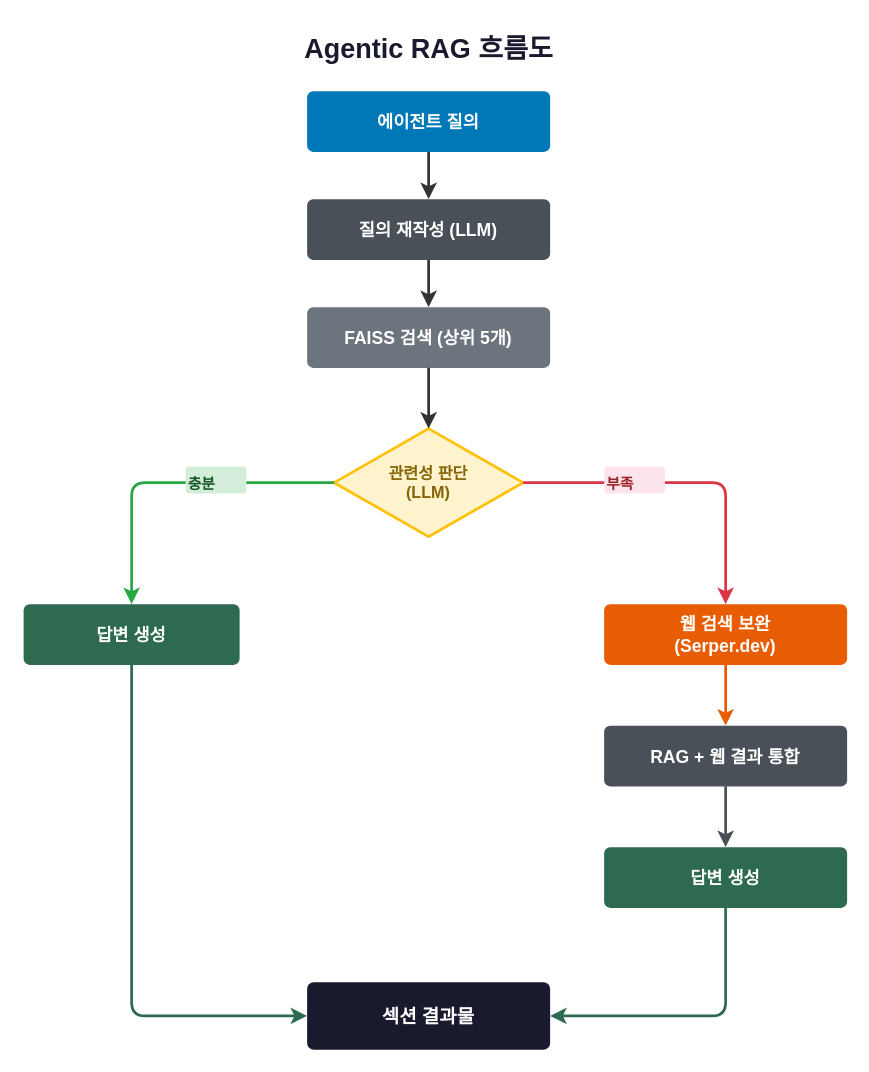
The draw.io diagram docs/04_rag_flowchart.drawio in Vsco-Lab/vsco-prototype-2, before the edit. Source tidied: cells renumbered, new cells numbered last; positions are measured from the earlier drawing's top-left corner, leaving out a move shared by most shapes. Both pictures are drawn from the tidied source at 135%, with x=0, y=0 at pixel (23, 23).
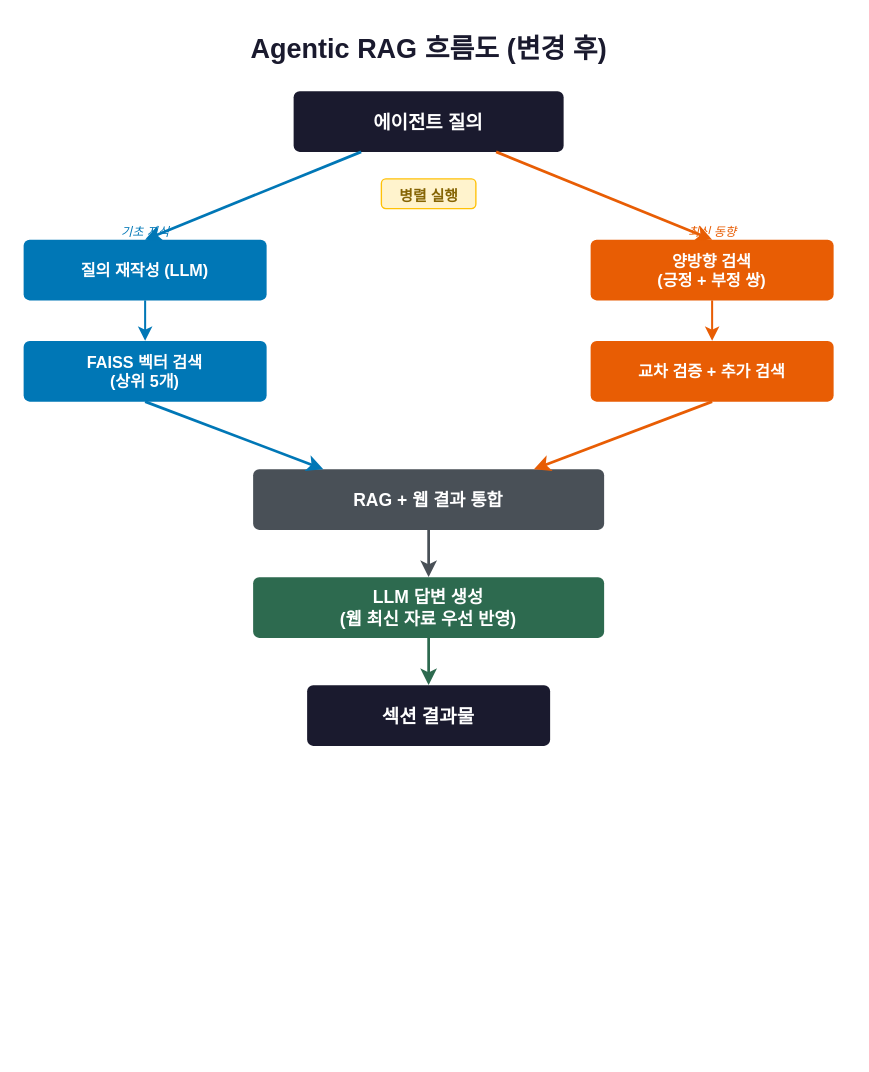
After the change.

Commit message (it also covers changes not shown here):
feat: 품질 평가 + 웹검색 비교 + RAG 파이프라인 다이어그램 업데이트

What changed in the source:
```diff
@@
-    <mxCell id="2" value="Agentic RAG 흐름도" style="text;html=1;fontSize=20;fontStyle=1;align=center;verticalAlign=middle;fillColor=none;strokeColor=none;fontColor=#1a1a2e;" parent="1" vertex="1">
-      <mxGeometry x="100" width="400" height="35" as="geometry" />
+    <mxCell id="2" value="Agentic RAG 흐름도 (변경 후)" style="text;html=1;fontSize=20;fontStyle=1;align=center;verticalAlign=middle;fillColor=none;strokeColor=none;fontColor=#1a1a2e;" parent="1" vertex="1">
+      <mxGeometry x="50" width="500" height="35" as="geometry" />
     </mxCell>
-    <mxCell id="3" value="에이전트 질의" style="rounded=1;fillColor=#0077b6;strokeColor=none;fontColor=#ffffff;fontSize=13;fontStyle=1;arcSize=10;" parent="1" vertex="1">
-      <mxGeometry x="210" y="50" width="180" height="45" as="geometry" />
+    <mxCell id="3" value="에이전트 질의" style="rounded=1;fillColor=#1a1a2e;strokeColor=none;fontColor=#ffffff;fontSize=14;fontStyle=1;arcSize=10;" parent="1" vertex="1">
+      <mxGeometry x="200" y="50" width="200" height="45" as="geometry" />
     </mxCell>
+    <mxCell id="23" value="병렬 실행" style="text;html=1;fontSize=11;fontStyle=1;align=center;fillColor=#fff3cd;strokeColor=#ffc107;rounded=1;fontColor=#856404;" parent="1" vertex="1">
+      <mxGeometry x="265" y="115" width="70" height="22" as="geometry" />
+    </mxCell>
-    <mxCell id="4" value="질의 재작성 (LLM)" style="rounded=1;fillColor=#495057;strokeColor=none;fontColor=#ffffff;fontSize=13;fontStyle=1;arcSize=10;" parent="1" vertex="1">
-      <mxGeometry x="210" y="130" width="180" height="45" as="geometry" />
+    <mxCell id="4" value="질의 재작성 (LLM)" style="rounded=1;fillColor=#0077b6;strokeColor=none;fontColor=#ffffff;fontSize=12;fontStyle=1;arcSize=10;" parent="1" vertex="1">
+      <mxGeometry y="160" width="180" height="45" as="geometry" />
     </mxCell>
-    <mxCell id="5" value="FAISS 검색 (상위 5개)" style="rounded=1;fillColor=#6c757d;strokeColor=none;fontColor=#ffffff;fontSize=13;fontStyle=1;arcSize=10;" parent="1" vertex="1">
-      <mxGeometry x="210" y="210" width="180" height="45" as="geometry" />
+    <mxCell id="5" value="FAISS 벡터 검색&#10;(상위 5개)" style="rounded=1;fillColor=#0077b6;strokeColor=none;fontColor=#ffffff;fontSize=12;fontStyle=1;arcSize=10;" parent="1" vertex="1">
+      <mxGeometry y="235" width="180" height="45" as="geometry" />
     </mxCell>
+    <mxCell id="24" value="기초 지식" style="text;html=1;fontSize=9;fontStyle=2;align=center;fillColor=none;strokeColor=none;fontColor=#0077b6;" parent="1" vertex="1">
+      <mxGeometry x="50" y="143" width="80" height="15" as="geometry" />
+    </mxCell>
-    <mxCell id="6" value="관련성 판단&#10;(LLM)" style="rhombus;fillColor=#fff3cd;strokeColor=#ffc107;strokeWidth=2;fontSize=12;fontStyle=1;fontColor=#856404;" parent="1" vertex="1">
-      <mxGeometry x="230" y="300" width="140" height="80" as="geometry" />
+    <mxCell id="6" value="양방향 검색&#10;(긍정 + 부정 쌍)" style="rounded=1;fillColor=#e85d04;strokeColor=none;fontColor=#ffffff;fontSize=12;fontStyle=1;arcSize=10;" parent="1" vertex="1">
+      <mxGeometry x="420" y="160" width="180" height="45" as="geometry" />
     </mxCell>
-    <mxCell id="7" value="답변 생성" style="rounded=1;fillColor=#2d6a4f;strokeColor=none;fontColor=#ffffff;fontSize=13;fontStyle=1;arcSize=10;" parent="1" vertex="1">
-      <mxGeometry y="430" width="160" height="45" as="geometry" />
+    <mxCell id="7" value="교차 검증 + 추가 검색" style="rounded=1;fillColor=#e85d04;strokeColor=none;fontColor=#ffffff;fontSize=12;fontStyle=1;arcSize=10;" parent="1" vertex="1">
+      <mxGeometry x="420" y="235" width="180" height="45" as="geometry" />
     </mxCell>
+    <mxCell id="25" value="최신 동향" style="text;html=1;fontSize=9;fontStyle=2;align=center;fillColor=none;strokeColor=none;fontColor=#e85d04;" parent="1" vertex="1">
+      <mxGeometry x="470" y="143" width="80" height="15" as="geometry" />
+    </mxCell>
-    <mxCell id="8" value="웹 검색 보완&#10;(Serper.dev)" style="rounded=1;fillColor=#e85d04;strokeColor=none;fontColor=#ffffff;fontSize=13;fontStyle=1;arcSize=10;" parent="1" vertex="1">
-      <mxGeometry x="430" y="430" width="180" height="45" as="geometry" />
+    <mxCell id="8" value="RAG + 웹 결과 통합" style="rounded=1;fillColor=#495057;strokeColor=none;fontColor=#ffffff;fontSize=13;fontStyle=1;arcSize=10;" parent="1" vertex="1">
+      <mxGeometry x="170" y="330" width="260" height="45" as="geometry" />
     </mxCell>
-    <mxCell id="9" value="RAG + 웹 결과 통합" style="rounded=1;fillColor=#495057;strokeColor=none;fontColor=#ffffff;fontSize=13;fontStyle=1;arcSize=10;" parent="1" vertex="1">
-      <mxGeometry x="430" y="520" width="180" height="45" as="geometry" />
+    <mxCell id="9" value="LLM 답변 생성&#10;(웹 최신 자료 우선 반영)" style="rounded=1;fillColor=#2d6a4f;strokeColor=none;fontColor=#ffffff;fontSize=13;fontStyle=1;arcSize=10;" parent="1" vertex="1">
+      <mxGeometry x="170" y="410" width="260" height="45" as="geometry" />
     </mxCell>
-    <mxCell id="10" value="답변 생성" style="rounded=1;fillColor=#2d6a4f;strokeColor=none;fontColor=#ffffff;fontSize=13;fontStyle=1;arcSize=10;" parent="1" vertex="1">
-      <mxGeometry x="430" y="610" width="180" height="45" as="geometry" />
-    </mxCell>
     <mxCell id="11" value="섹션 결과물" style="rounded=1;fillColor=#1a1a2e;strokeColor=none;fontColor=#ffffff;fontSize=14;fontStyle=1;arcSize=10;" parent="1" vertex="1">
-      <mxGeometry x="210" y="710" width="180" height="50" as="geometry" />
+      <mxGeometry x="210" y="490" width="180" height="45" as="geometry" />
     </mxCell>
-    <mxCell id="12" style="endArrow=classic;strokeColor=#333;strokeWidth=2;exitX=0.5;exitY=1;exitDx=0;exitDy=0;entryX=0.5;entryY=0;entryDx=0;entryDy=0;" parent="1" edge="1" source="3" target="4">
+    <mxCell id="12" style="endArrow=classic;strokeColor=#0077b6;strokeWidth=2;exitX=0.25;exitY=1;exitDx=0;exitDy=0;entryX=0.5;entryY=0;entryDx=0;entryDy=0;" parent="1" edge="1" source="3" target="4">
       <mxGeometry relative="1" as="geometry" />
     </mxCell>
+    <mxCell id="26" style="endArrow=classic;strokeColor=#e85d04;strokeWidth=2;exitX=0.75;exitY=1;exitDx=0;exitDy=0;entryX=0.5;entryY=0;entryDx=0;entryDy=0;" parent="1" edge="1" source="3" target="6">
+      <mxGeometry relative="1" as="geometry" />
+    </mxCell>
-    <mxCell id="13" style="endArrow=classic;strokeColor=#333;strokeWidth=2;exitX=0.5;exitY=1;exitDx=0;exitDy=0;entryX=0.5;entryY=0;entryDx=0;entryDy=0;" parent="1" edge="1" source="4" target="5">
+    <mxCell id="13" style="endArrow=classic;strokeColor=#0077b6;strokeWidth=1.5;exitX=0.5;exitY=1;exitDx=0;exitDy=0;entryX=0.5;entryY=0;entryDx=0;entryDy=0;" parent="1" edge="1" source="4" target="5">
       <mxGeometry relative="1" as="geometry" />
     </mxCell>
-    <mxCell id="14" style="endArrow=classic;strokeColor=#333;strokeWidth=2;exitX=0.5;exitY=1;exitDx=0;exitDy=0;entryX=0.5;entryY=0;entryDx=0;entryDy=0;" parent="1" edge="1" source="5" target="6">
-      <mxGeometry relative="1" as="geometry" />
-    </mxCell>
-    <mxCell id="15" style="endArrow=classic;strokeColor=#28a745;strokeWidth=2;exitX=0;exitY=0.5;exitDx=0;exitDy=0;entryX=0.5;entryY=0;entryDx=0;entryDy=0;" parent="1" edge="1" source="6" target="7">
-      <mxGeometry relative="1" as="geometry">
-        <Array as="points">
-          <mxPoint x="80" y="340" />
-        </Array>
-      </mxGeometry>
+    <mxCell id="15" style="endArrow=classic;strokeColor=#e85d04;strokeWidth=1.5;exitX=0.5;exitY=1;exitDx=0;exitDy=0;entryX=0.5;entryY=0;entryDx=0;entryDy=0;" parent="1" edge="1" source="6" target="7">
+      <mxGeometry relative="1" as="geometry" />
     </mxCell>
-    <mxCell id="16" value="충분" style="text;html=1;fontSize=11;fontStyle=1;fillColor=#d4edda;strokeColor=none;rounded=1;fontColor=#155724;" parent="1" vertex="1">
-      <mxGeometry x="120" y="328" width="45" height="20" as="geometry" />
-    </mxCell>
-    <mxCell id="17" style="endArrow=classic;strokeColor=#dc3545;strokeWidth=2;exitX=1;exitY=0.5;exitDx=0;exitDy=0;entryX=0.5;entryY=0;entryDx=0;entryDy=0;" parent="1" edge="1" source="6" target="8">
-      <mxGeometry relative="1" as="geometry">
-        <Array as="points">
-          <mxPoint x="520" y="340" />
-        </Array>
-      </mxGeometry>
-    </mxCell>
-    <mxCell id="18" value="부족" style="text;html=1;fontSize=11;fontStyle=1;fillColor=#fce4ec;strokeColor=none;rounded=1;fontColor=#9b2226;" parent="1" vertex="1">
-      <mxGeometry x="430" y="328" width="45" height="20" as="geometry" />
-    </mxCell>
-    <mxCell id="19" style="endArrow=classic;strokeColor=#2d6a4f;strokeWidth=2;exitX=0.5;exitY=1;exitDx=0;exitDy=0;entryX=0;entryY=0.5;entryDx=0;entryDy=0;" parent="1" edge="1" source="7" target="11">
-      <mxGeometry relative="1" as="geometry">
-        <Array as="points">
-          <mxPoint x="80" y="735" />
-        </Array>
-      </mxGeometry>
-    </mxCell>
+    <mxCell id="27" style="endArrow=classic;strokeColor=#0077b6;strokeWidth=2;exitX=0.5;exitY=1;exitDx=0;exitDy=0;entryX=0.2;entryY=0;entryDx=0;entryDy=0;curved=1;" parent="1" edge="1" source="5" target="8">
+      <mxGeometry relative="1" as="geometry" />
+    </mxCell>
+    <mxCell id="28" style="endArrow=classic;strokeColor=#e85d04;strokeWidth=2;exitX=0.5;exitY=1;exitDx=0;exitDy=0;entryX=0.8;entryY=0;entryDx=0;entryDy=0;curved=1;" parent="1" edge="1" source="7" target="8">
+      <mxGeometry relative="1" as="geometry" />
+    </mxCell>
-    <mxCell id="20" style="endArrow=classic;strokeColor=#e85d04;strokeWidth=2;exitX=0.5;exitY=1;exitDx=0;exitDy=0;entryX=0.5;entryY=0;entryDx=0;entryDy=0;" parent="1" edge="1" source="8" target="9">
+    <mxCell id="20" style="endArrow=classic;strokeColor=#495057;strokeWidth=2;exitX=0.5;exitY=1;exitDx=0;exitDy=0;entryX=0.5;entryY=0;entryDx=0;entryDy=0;" parent="1" edge="1" source="8" target="9">
       <mxGeometry relative="1" as="geometry" />
     </mxCell>
-    <mxCell id="21" style="endArrow=classic;strokeColor=#495057;strokeWidth=2;exitX=0.5;exitY=1;exitDx=0;exitDy=0;entryX=0.5;entryY=0;entryDx=0;entryDy=0;" parent="1" edge="1" source="9" target="10">
-      <mxGeometry relative="1" as="geometry" />
-    </mxCell>
-    <mxCell id="22" style="endArrow=classic;strokeColor=#2d6a4f;strokeWidth=2;exitX=0.5;exitY=1;exitDx=0;exitDy=0;entryX=1;entryY=0.5;entryDx=0;entryDy=0;" parent="1" edge="1" source="10" target="11">
-      <mxGeometry relative="1" as="geometry">
-        <Array as="points">
-          <mxPoint x="520" y="735" />
-        </Array>
-      </mxGeometry>
-    </mxCell>
+    <mxCell id="29" style="endArrow=classic;strokeColor=#2d6a4f;strokeWidth=2;exitX=0.5;exitY=1;exitDx=0;exitDy=0;entryX=0.5;entryY=0;entryDx=0;entryDy=0;" parent="1" edge="1" source="9" target="11">
+      <mxGeometry relative="1" as="geometry" />
+    </mxCell>
```
